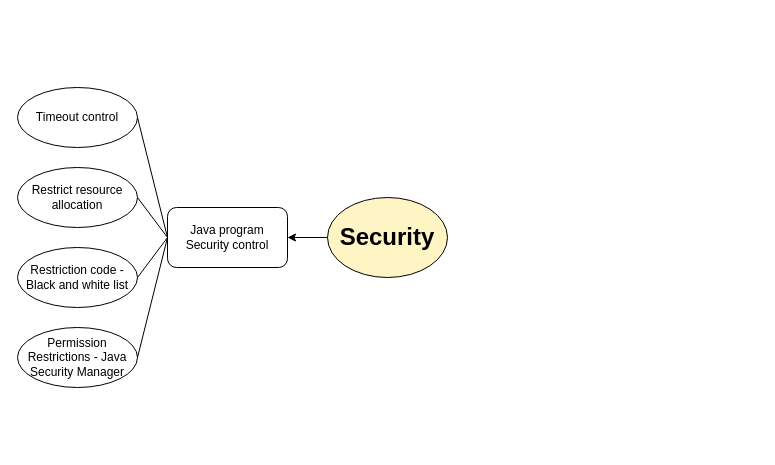
This is fyp22.drawio from paasche0906/draw.io, a draw.io file, before an edit. Source tidied: cells renumbered, new cells numbered last; positions are measured from the earlier drawing's top-left corner, leaving out a move shared by most shapes. Both pictures are drawn from the tidied source at 100%, with x=0, y=0 at pixel (17, 87).
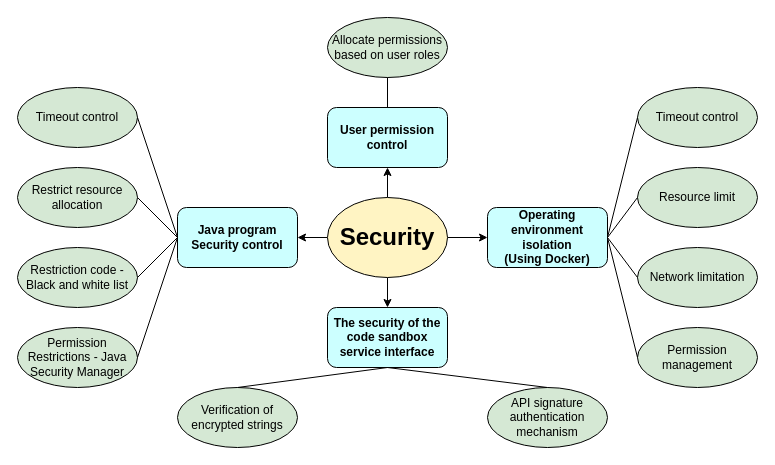
The same diagram, later.

The change refers to these unchanged cells:
```xml
<mxCell id="3" value="&lt;font style=&quot;font-size: 24px;&quot;&gt;&lt;b&gt;Security&lt;/b&gt;&lt;/font&gt;" style="ellipse;whiteSpace=wrap;html=1;fillColor=#FFF4C3;" parent="1" vertex="1">
  <mxGeometry x="310" y="110" width="120" height="80" as="geometry" />
</mxCell>
```

The edit, as a diff of the source:
```diff
@@
+    <mxCell id="13" style="edgeStyle=orthogonalEdgeStyle;rounded=0;jettySize=auto;html=1;entryX=0;entryY=0.5;entryDx=0;entryDy=0;" parent="1" edge="1" source="3" target="16">
+      <mxGeometry relative="1" as="geometry" />
+    </mxCell>
+    <mxCell id="14" style="edgeStyle=orthogonalEdgeStyle;rounded=0;jettySize=auto;html=1;entryX=0.5;entryY=0;entryDx=0;entryDy=0;" parent="1" edge="1" source="3" target="25">
+      <mxGeometry relative="1" as="geometry" />
+    </mxCell>
+    <mxCell id="15" style="edgeStyle=orthogonalEdgeStyle;rounded=0;jettySize=auto;html=1;entryX=0.5;entryY=1;entryDx=0;entryDy=0;" parent="1" edge="1" source="3" target="30">
+      <mxGeometry relative="1" as="geometry" />
+    </mxCell>
@@
-    <mxCell id="4" value="Java program Security control" style="rounded=1;whiteSpace=wrap;html=1;" parent="1" vertex="1">
-      <mxGeometry x="150" y="120" width="120" height="60" as="geometry" />
+    <mxCell id="4" value="&lt;b&gt;Java program Security control&lt;/b&gt;" style="rounded=1;whiteSpace=wrap;html=1;fillColor=#CCFFFF;" parent="1" vertex="1">
+      <mxGeometry x="160" y="120" width="120" height="60" as="geometry" />
     </mxCell>
-    <mxCell id="5" value="Timeout control" style="ellipse;whiteSpace=wrap;html=1;" parent="1" vertex="1">
+    <mxCell id="5" value="Timeout control" style="ellipse;whiteSpace=wrap;html=1;fillColor=#D5E8D4;" parent="1" vertex="1">
       <mxGeometry width="120" height="60" as="geometry" />
     </mxCell>
-    <mxCell id="6" value="Restrict resource allocation" style="ellipse;whiteSpace=wrap;html=1;" parent="1" vertex="1">
+    <mxCell id="6" value="Restrict resource allocation" style="ellipse;whiteSpace=wrap;html=1;fillColor=#D5E8D4;" parent="1" vertex="1">
       <mxGeometry y="80" width="120" height="60" as="geometry" />
     </mxCell>
-    <mxCell id="7" value="Restriction code - Black and white list" style="ellipse;whiteSpace=wrap;html=1;" parent="1" vertex="1">
+    <mxCell id="7" value="Restriction code - Black and white list" style="ellipse;whiteSpace=wrap;html=1;fillColor=#D5E8D4;" parent="1" vertex="1">
       <mxGeometry y="160" width="120" height="60" as="geometry" />
     </mxCell>
-    <mxCell id="8" value="Permission Restrictions - Java Security Manager" style="ellipse;whiteSpace=wrap;html=1;" parent="1" vertex="1">
+    <mxCell id="8" value="Permission Restrictions - Java Security Manager" style="ellipse;whiteSpace=wrap;html=1;fillColor=#D5E8D4;" parent="1" vertex="1">
       <mxGeometry y="240" width="120" height="60" as="geometry" />
     </mxCell>
@@
+    <mxCell id="16" value="&lt;span style=&quot;line-height: 115%;&quot; lang=&quot;EN-US&quot;&gt;&lt;font style=&quot;font-size: 12px;&quot; face=&quot;Helvetica&quot;&gt;&lt;b&gt;Operating&lt;br&gt;environment isolation&lt;/b&gt;&lt;/font&gt;&lt;/span&gt;&lt;div&gt;&lt;span style=&quot;line-height: 115%;&quot; lang=&quot;EN-US&quot;&gt;&lt;font style=&quot;font-size: 12px;&quot; face=&quot;Helvetica&quot;&gt;&lt;b&gt;(Using Docker)&lt;/b&gt;&lt;/font&gt;&lt;/span&gt;&lt;/div&gt;" style="rounded=1;whiteSpace=wrap;html=1;fillColor=#CCFFFF;" parent="1" vertex="1">
+      <mxGeometry x="470" y="120" width="120" height="60" as="geometry" />
+    </mxCell>
+    <mxCell id="17" value="Timeout control" style="ellipse;whiteSpace=wrap;html=1;fillColor=#D5E8D4;" parent="1" vertex="1">
+      <mxGeometry x="620" width="120" height="60" as="geometry" />
+    </mxCell>
+    <mxCell id="18" value="Resource limit" style="ellipse;whiteSpace=wrap;html=1;fillColor=#D5E8D4;" parent="1" vertex="1">
+      <mxGeometry x="620" y="80" width="120" height="60" as="geometry" />
+    </mxCell>
+    <mxCell id="19" value="Network limitation" style="ellipse;whiteSpace=wrap;html=1;fillColor=#D5E8D4;" parent="1" vertex="1">
+      <mxGeometry x="620" y="160" width="120" height="60" as="geometry" />
+    </mxCell>
+    <mxCell id="20" value="Permission management" style="ellipse;whiteSpace=wrap;html=1;fillColor=#D5E8D4;" parent="1" vertex="1">
+      <mxGeometry x="620" y="240" width="120" height="60" as="geometry" />
+    </mxCell>
+    <mxCell id="21" style="endArrow=none;html=1;rounded=0;entryX=0;entryY=0.5;entryDx=0;entryDy=0;exitX=1;exitY=0.5;exitDx=0;exitDy=0;" parent="1" edge="1" source="16" target="17">
+      <mxGeometry relative="1" as="geometry" />
+    </mxCell>
+    <mxCell id="22" style="endArrow=none;html=1;rounded=0;entryX=0;entryY=0.5;entryDx=0;entryDy=0;exitX=1;exitY=0.5;exitDx=0;exitDy=0;" parent="1" edge="1" source="16" target="18">
+      <mxGeometry relative="1" as="geometry" />
+    </mxCell>
+    <mxCell id="23" style="endArrow=none;html=1;rounded=0;entryX=0;entryY=0.5;entryDx=0;entryDy=0;exitX=1;exitY=0.5;exitDx=0;exitDy=0;" parent="1" edge="1" source="16" target="19">
+      <mxGeometry relative="1" as="geometry" />
+    </mxCell>
+    <mxCell id="24" style="endArrow=none;html=1;rounded=0;entryX=0;entryY=0.5;entryDx=0;entryDy=0;exitX=1;exitY=0.5;exitDx=0;exitDy=0;" parent="1" edge="1" source="16" target="20">
+      <mxGeometry relative="1" as="geometry" />
+    </mxCell>
+    <mxCell id="25" value="&lt;b&gt;The security of the code sandbox service interface&lt;/b&gt;" style="rounded=1;whiteSpace=wrap;html=1;fillColor=#CCFFFF;" parent="1" vertex="1">
+      <mxGeometry x="310" y="220" width="120" height="60" as="geometry" />
+    </mxCell>
+    <mxCell id="26" value="Verification of encrypted strings" style="ellipse;whiteSpace=wrap;html=1;fillColor=#D5E8D4;" parent="1" vertex="1">
+      <mxGeometry x="160" y="300" width="120" height="60" as="geometry" />
+    </mxCell>
+    <mxCell id="27" value="API signature authentication mechanism" style="ellipse;whiteSpace=wrap;html=1;fillColor=#D5E8D4;" parent="1" vertex="1">
+      <mxGeometry x="470" y="300" width="120" height="60" as="geometry" />
+    </mxCell>
+    <mxCell id="28" style="endArrow=none;html=1;rounded=0;exitX=0.5;exitY=0;exitDx=0;exitDy=0;entryX=0.5;entryY=1;entryDx=0;entryDy=0;" parent="1" edge="1" source="26" target="25">
+      <mxGeometry relative="1" as="geometry" />
+    </mxCell>
+    <mxCell id="29" style="endArrow=none;html=1;rounded=0;exitX=0.5;exitY=1;exitDx=0;exitDy=0;entryX=0.5;entryY=0;entryDx=0;entryDy=0;" parent="1" edge="1" source="25" target="27">
+      <mxGeometry relative="1" as="geometry" />
+    </mxCell>
+    <mxCell id="30" value="&lt;b&gt;User permission control&lt;/b&gt;" style="rounded=1;whiteSpace=wrap;html=1;fillColor=#CCFFFF;" parent="1" vertex="1">
+      <mxGeometry x="310" y="20" width="120" height="60" as="geometry" />
+    </mxCell>
+    <mxCell id="31" value="Allocate permissions based on user roles" style="ellipse;whiteSpace=wrap;html=1;fillColor=#D5E8D4;" parent="1" vertex="1">
+      <mxGeometry x="310" y="-70" width="120" height="60" as="geometry" />
+    </mxCell>
+    <mxCell id="32" style="endArrow=none;html=1;rounded=0;entryX=0.5;entryY=1;entryDx=0;entryDy=0;exitX=0.5;exitY=0;exitDx=0;exitDy=0;" parent="1" edge="1" source="30" target="31">
+      <mxGeometry relative="1" as="geometry" />
+    </mxCell>
```
